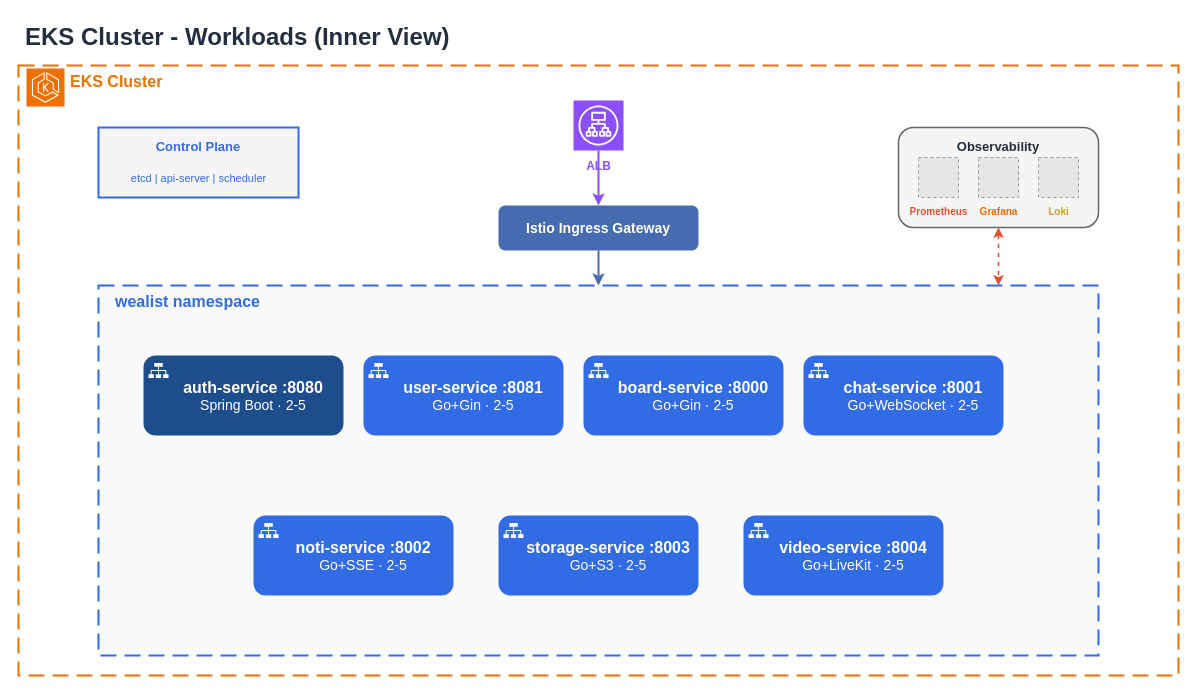
OrangesCloud/wealist-project-advanced-k8s keeps this draw.io diagram as docs/images/wealist_microservices.drawio. Above is the earlier version. Source tidied: cells renumbered, new cells numbered last; positions are measured from the earlier drawing's top-left corner, leaving out a move shared by most shapes. Both pictures are drawn from the tidied source at 100%, with x=0, y=0 at pixel (18, 17). Pictures stored in the file or linked from it are replaced by grey dashed boxes.
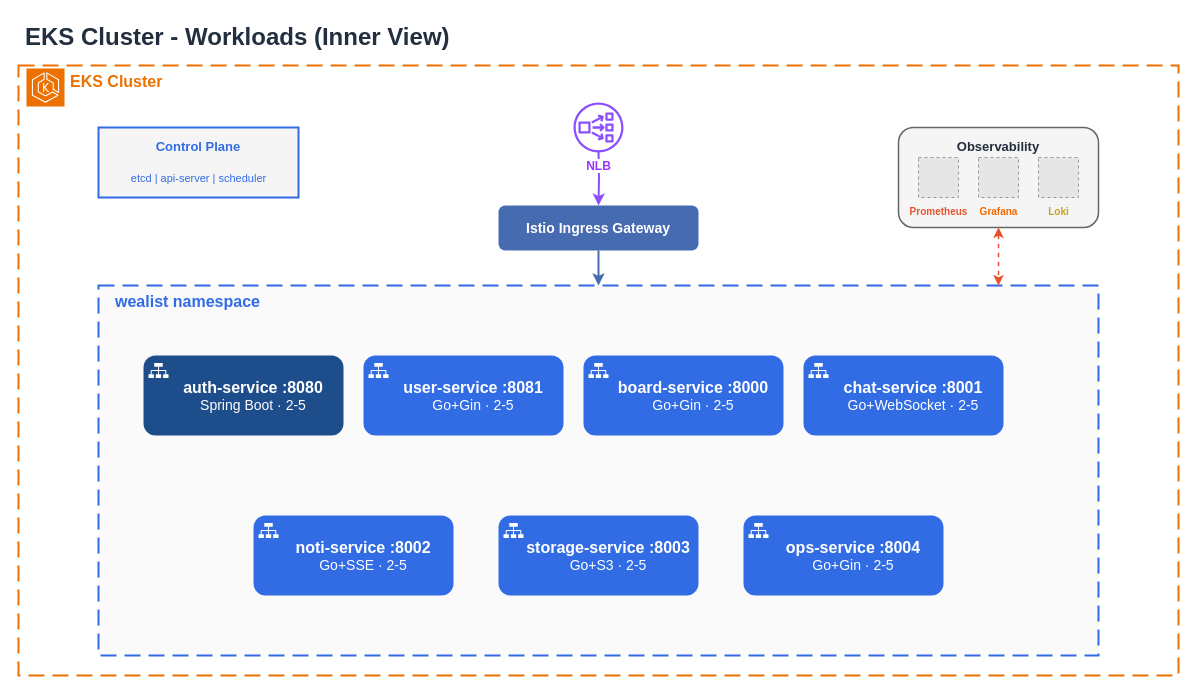
The same diagram, later.

Commit message (it also covers changes not shown here):
video-service -> ops

Unchanged cells that the change refers to:
```xml
<mxCell id="16" value="Istio Ingress Gateway" style="rounded=1;whiteSpace=wrap;html=1;fillColor=#466BB0;strokeColor=none;verticalAlign=middle;align=center;fontSize=14;fontStyle=1;fontColor=#FFFFFF;" parent="1" vertex="1">
  <mxGeometry x="480" y="188" width="200" height="45" as="geometry" />
</mxCell>
```

The edit, as a diff of the source:
```diff
@@
-    <mxCell id="7" style="shape=mxgraph.aws4.resourceIcon;resIcon=mxgraph.aws4.application_load_balancer;html=1;fillColor=#8C4FFF;strokeColor=#FFFFFF;" parent="1" vertex="1">
-      <mxGeometry x="555" y="83" width="50" height="50" as="geometry" />
-    </mxCell>
-    <mxCell id="8" value="ALB" style="text;html=1;strokeColor=none;fillColor=none;align=center;verticalAlign=top;fontSize=12;fontColor=#8C4FFF;fontStyle=1;" parent="1" vertex="1">
-      <mxGeometry x="555" y="135" width="50" height="20" as="geometry" />
-    </mxCell>
@@
-    <mxCell id="30" value="&lt;b style=&quot;font-size:16px&quot;&gt;video-service :8004&lt;/b&gt;&lt;br&gt;&lt;span style=&quot;font-size:14px&quot;&gt;Go+LiveKit · 2-5&lt;/span&gt;" style="rounded=1;whiteSpace=wrap;html=1;fillColor=#326CE5;strokeColor=none;verticalAlign=middle;align=center;fontColor=#FFFFFF;spacingLeft=20;" parent="1" vertex="1">
+    <mxCell id="30" value="&lt;b style=&quot;font-size:16px&quot;&gt;ops-service :8004&lt;/b&gt;&lt;br&gt;&lt;span style=&quot;font-size:14px&quot;&gt;Go+Gin · 2-5&lt;/span&gt;" style="rounded=1;whiteSpace=wrap;html=1;fillColor=#326CE5;strokeColor=none;verticalAlign=middle;align=center;fontColor=#FFFFFF;spacingLeft=20;" parent="1" vertex="1">
       <mxGeometry x="725" y="498" width="200" height="80" as="geometry" />
     </mxCell>
@@
-    <mxCell id="32" style="edgeStyle=orthogonalEdgeStyle;rounded=0;jettySize=auto;html=1;strokeColor=#8C4FFF;strokeWidth=2;endArrow=classic;endFill=1;" parent="1" edge="1" source="7" target="16">
-      <mxGeometry relative="1" as="geometry" />
+    <mxCell id="32" style="edgeStyle=orthogonalEdgeStyle;rounded=0;jettySize=auto;html=1;strokeColor=#8C4FFF;strokeWidth=2;endArrow=classic;endFill=1;" parent="1" edge="1" target="16">
+      <mxGeometry relative="1" as="geometry">
+        <mxPoint x="580" y="133" as="sourcePoint" />
+      </mxGeometry>
     </mxCell>
@@
+    <mxCell id="35" value="&lt;b&gt;&lt;font style=&quot;color: rgb(153, 51, 255); background-color: light-dark(#ffffff, var(--ge-dark-color, #121212));&quot;&gt;NLB&lt;/font&gt;&lt;/b&gt;" style="sketch=0;fontColor=#232F3E;gradientColor=none;fillColor=#8C4FFF;strokeColor=none;dashed=0;verticalLabelPosition=bottom;verticalAlign=top;align=center;html=1;fontSize=12;fontStyle=0;shape=mxgraph.aws4.network_load_balancer;" parent="1" vertex="1">
+      <mxGeometry x="555" y="85" width="50" height="50" as="geometry" />
+    </mxCell>
```
